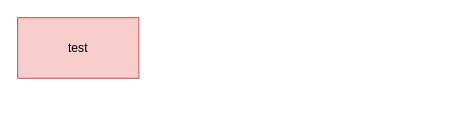
lh190904/- keeps this draw.io diagram as test.drawio. Above is the earlier version. Source tidied: cells renumbered, new cells numbered last; positions are measured from the earlier drawing's top-left corner, leaving out a move shared by most shapes. Both pictures are drawn from the tidied source at 101%, with x=0, y=0 at pixel (17, 17).
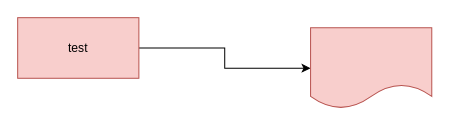
Above is the later version.

Diff of the diagram source:
```diff
@@
 <mxGraphModel>
   <root>
     <mxCell id="0" />
     <mxCell id="1" parent="0" />
+    <mxCell id="3" style="edgeStyle=orthogonalEdgeStyle;rounded=0;jettySize=auto;html=1;" parent="1" edge="1" source="2" target="4">
+      <mxGeometry relative="1" as="geometry" />
+    </mxCell>
     <mxCell id="2" value="test" style="rounded=0;whiteSpace=wrap;html=1;fillColor=#f8cecc;strokeColor=#b85450;" parent="1" vertex="1">
       <mxGeometry width="120" height="60" as="geometry" />
     </mxCell>
+    <mxCell id="4" style="shape=document;whiteSpace=wrap;html=1;boundedLbl=1;fillColor=#f8cecc;strokeColor=#b85450;rounded=0;" parent="1" vertex="1">
+      <mxGeometry x="290" y="10" width="120" height="80" as="geometry" />
+    </mxCell>
   </root>
 </mxGraphModel>
```
